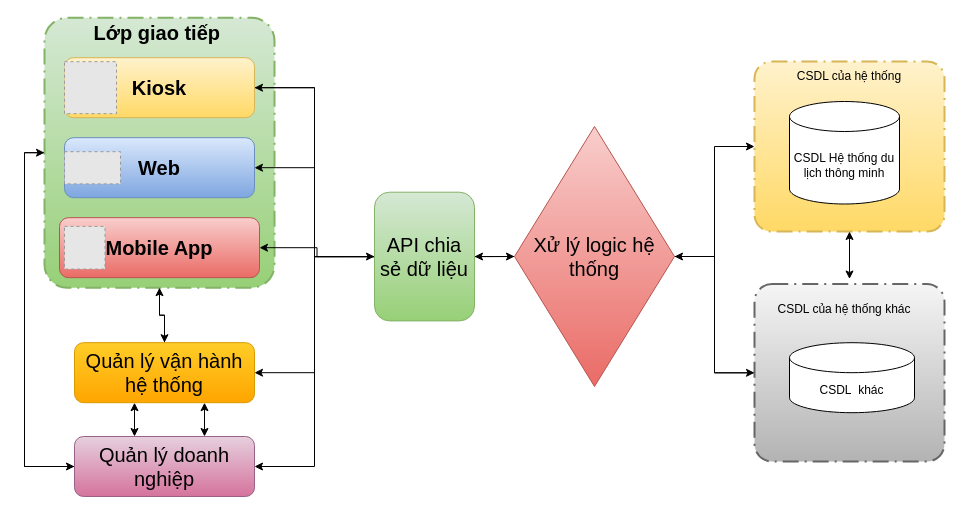
Earlier version of the draw.io diagram page "Page-8" (8 of 8) of so-do-draw/tcdl.drawio (letheanh12345/Draw-io). Source tidied: cells renumbered, new cells numbered last; positions are measured from the earlier drawing's top-left corner, leaving out a move shared by most shapes. Both pictures are drawn from the tidied source at 100%, with x=0, y=0 at pixel (24, 17). Pictures stored in the file or linked from it are replaced by grey dashed boxes.
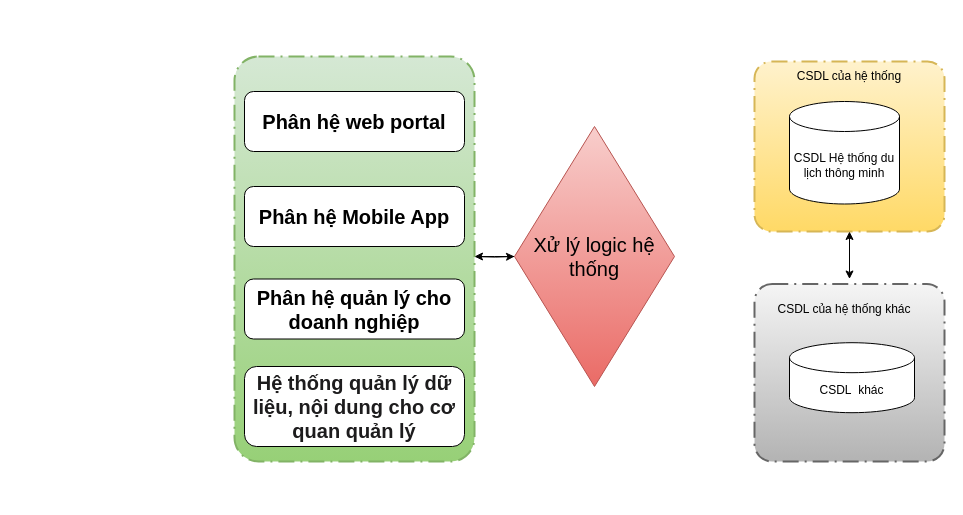
The same diagram, later.

The change refers to these unchanged cells:
```xml
<mxCell id="23" value="Xử lý logic hệ thống" style="rhombus;whiteSpace=wrap;html=1;fontSize=20;fillColor=#f8cecc;gradientColor=#ea6b66;strokeColor=#b85450;" parent="1" vertex="1">
  <mxGeometry x="490" y="109" width="160" height="260" as="geometry" />
</mxCell>
<mxCell id="24" style="points=[[0.25,0,0],[0.5,0,0],[0.75,0,0],[1,0.25,0],[1,0.5,0],[1,0.75,0],[0.75,1,0],[0.5,1,0],[0.25,1,0],[0,0.75,0],[0,0.5,0],[0,0.25,0]];rounded=1;arcSize=10;dashed=1;dashPattern=8 3 1 3;strokeWidth=2;fontStyle=1;fontSize=20;fillColor=#fff2cc;gradientColor=#ffd966;strokeColor=#d6b656;" parent="1" vertex="1">
  <mxGeometry x="730" y="44" width="190" height="170" as="geometry" />
</mxCell>
<mxCell id="28" style="points=[[0.25,0,0],[0.5,0,0],[0.75,0,0],[1,0.25,0],[1,0.5,0],[1,0.75,0],[0.75,1,0],[0.5,1,0],[0.25,1,0],[0,0.75,0],[0,0.5,0],[0,0.25,0]];rounded=1;arcSize=10;dashed=1;dashPattern=8 3 1 3;strokeWidth=2;fontStyle=1;fontSize=20;fillColor=#f5f5f5;gradientColor=#b3b3b3;strokeColor=#666666;" parent="1" vertex="1">
  <mxGeometry x="730" y="266.5" width="190" height="177.5" as="geometry" />
</mxCell>
```

The edit, as a diff of the source:
```diff
@@
-    <mxCell id="2" style="edgeStyle=orthogonalEdgeStyle;rounded=0;jettySize=auto;html=1;entryX=0.5;entryY=0;entryDx=0;entryDy=0;fontSize=20;" parent="1" edge="1" source="4" target="33">
-      <mxGeometry relative="1" as="geometry" />
-    </mxCell>
-    <mxCell id="3" style="edgeStyle=orthogonalEdgeStyle;rounded=0;jettySize=auto;html=1;entryX=0;entryY=0.5;entryDx=0;entryDy=0;fontSize=20;" parent="1" edge="1" source="4" target="35">
-      <mxGeometry relative="1" as="geometry">
-        <Array as="points">
-          <mxPoint y="135" />
-          <mxPoint y="449" />
-        </Array>
-      </mxGeometry>
-    </mxCell>
-    <mxCell id="4" style="points=[[0.25,0,0],[0.5,0,0],[0.75,0,0],[1,0.25,0],[1,0.5,0],[1,0.75,0],[0.75,1,0],[0.5,1,0],[0.25,1,0],[0,0.75,0],[0,0.5,0],[0,0.25,0]];rounded=1;arcSize=10;dashed=1;dashPattern=8 3 1 3;strokeWidth=2;fontStyle=1;fontSize=20;fillColor=#d5e8d4;gradientColor=#97d077;strokeColor=#82b366;" parent="1" vertex="1">
-      <mxGeometry x="20" y="0.2" width="230" height="270" as="geometry" />
-    </mxCell>
-    <mxCell id="5" style="edgeStyle=orthogonalEdgeStyle;rounded=0;jettySize=auto;html=1;entryX=0;entryY=0.5;entryDx=0;entryDy=0;fontSize=20;" parent="1" edge="1" source="6" target="19">
-      <mxGeometry relative="1" as="geometry" />
-    </mxCell>
-    <mxCell id="6" value="&lt;span style=&quot;font-size: 20px; font-weight: 700;&quot;&gt;Kiosk&lt;/span&gt;" style="rounded=1;whiteSpace=wrap;html=1;fillColor=#fff2cc;gradientColor=#ffd966;strokeColor=#d6b656;" parent="1" vertex="1">
-      <mxGeometry x="40" y="40.2" width="190" height="60" as="geometry" />
-    </mxCell>
-    <mxCell id="7" value="&lt;span style=&quot;font-size: 20px;&quot;&gt;&lt;b&gt;Web&lt;/b&gt;&lt;/span&gt;" style="rounded=1;whiteSpace=wrap;html=1;fillColor=#dae8fc;gradientColor=#7ea6e0;strokeColor=#6c8ebf;" parent="1" vertex="1">
-      <mxGeometry x="40" y="120.2" width="190" height="60" as="geometry" />
-    </mxCell>
-    <mxCell id="8" value="&lt;span style=&quot;font-size: 20px;&quot;&gt;&lt;b&gt;Mobile App&lt;/b&gt;&lt;/span&gt;" style="rounded=1;whiteSpace=wrap;html=1;fillColor=#f8cecc;gradientColor=#ea6b66;strokeColor=#b85450;" parent="1" vertex="1">
-      <mxGeometry x="35" y="200.2" width="200" height="60" as="geometry" />
-    </mxCell>
-    <mxCell id="9" value="&lt;b&gt;&lt;font style=&quot;font-size: 20px;&quot;&gt;&amp;nbsp;Lớp giao tiếp&lt;/font&gt;&lt;/b&gt;" style="text;html=1;strokeColor=none;fillColor=none;align=center;verticalAlign=middle;whiteSpace=wrap;rounded=0;" parent="1" vertex="1">
-      <mxGeometry x="40" y="0.2" width="180" height="30" as="geometry" />
-    </mxCell>
-    <mxCell id="10" style="fillColor=#E6E6E6;strokeColor=#999999;dashed=1;verticalLabelPosition=bottom;labelBackgroundColor=default;verticalAlign=top;" parent="1" vertex="1">
-      <mxGeometry x="40" y="44.2" width="52" height="52" as="geometry" />
-    </mxCell>
-    <mxCell id="11" style="fillColor=#E6E6E6;strokeColor=#999999;dashed=1;verticalLabelPosition=bottom;labelBackgroundColor=default;verticalAlign=top;" parent="1" vertex="1">
-      <mxGeometry x="40" y="134.2" width="56" height="32.2" as="geometry" />
-    </mxCell>
-    <mxCell id="12" style="fillColor=#E6E6E6;strokeColor=#999999;dashed=1;verticalLabelPosition=bottom;labelBackgroundColor=default;verticalAlign=top;" parent="1" vertex="1">
-      <mxGeometry x="40" y="208.9" width="40.5" height="42.7" as="geometry" />
-    </mxCell>
-    <mxCell id="13" style="edgeStyle=orthogonalEdgeStyle;rounded=0;jettySize=auto;html=1;entryX=0;entryY=0.5;entryDx=0;entryDy=0;fontSize=20;" parent="1" edge="1" source="19" target="23">
-      <mxGeometry relative="1" as="geometry" />
+    <mxCell id="13" style="edgeStyle=orthogonalEdgeStyle;rounded=0;jettySize=auto;html=1;entryX=0;entryY=0.5;entryDx=0;entryDy=0;fontSize=20;" parent="1" edge="1" target="23">
+      <mxGeometry relative="1" as="geometry">
+        <mxPoint x="450" y="239.1" as="sourcePoint" />
+      </mxGeometry>
     </mxCell>
-    <mxCell id="14" style="edgeStyle=orthogonalEdgeStyle;rounded=0;jettySize=auto;html=1;entryX=1;entryY=0.5;entryDx=0;entryDy=0;fontSize=20;" parent="1" edge="1" source="19" target="6">
-      <mxGeometry relative="1" as="geometry" />
-    </mxCell>
-    <mxCell id="15" style="edgeStyle=orthogonalEdgeStyle;rounded=0;jettySize=auto;html=1;entryX=1;entryY=0.5;entryDx=0;entryDy=0;fontSize=20;" parent="1" edge="1" source="19" target="7">
-      <mxGeometry relative="1" as="geometry" />
-    </mxCell>
-    <mxCell id="16" style="edgeStyle=orthogonalEdgeStyle;rounded=0;jettySize=auto;html=1;entryX=1;entryY=0.5;entryDx=0;entryDy=0;fontSize=20;" parent="1" edge="1" source="19" target="8">
-      <mxGeometry relative="1" as="geometry" />
-    </mxCell>
-    <mxCell id="17" style="edgeStyle=orthogonalEdgeStyle;rounded=0;jettySize=auto;html=1;entryX=1;entryY=0.5;entryDx=0;entryDy=0;fontSize=20;" parent="1" edge="1" source="19" target="33">
-      <mxGeometry relative="1" as="geometry">
-        <Array as="points">
-          <mxPoint x="290" y="239" />
-          <mxPoint x="290" y="355" />
-        </Array>
-      </mxGeometry>
-    </mxCell>
-    <mxCell id="18" style="edgeStyle=orthogonalEdgeStyle;rounded=0;jettySize=auto;html=1;entryX=1;entryY=0.5;entryDx=0;entryDy=0;fontSize=20;" parent="1" edge="1" source="19" target="35">
-      <mxGeometry relative="1" as="geometry">
-        <Array as="points">
-          <mxPoint x="290" y="239" />
-          <mxPoint x="290" y="449" />
-        </Array>
-      </mxGeometry>
-    </mxCell>
-    <mxCell id="19" value="API chia sẻ dữ liệu" style="rounded=1;whiteSpace=wrap;html=1;fontSize=20;fillColor=#d5e8d4;gradientColor=#97d077;strokeColor=#82b366;" parent="1" vertex="1">
-      <mxGeometry x="350" y="174.7" width="100" height="128.7" as="geometry" />
-    </mxCell>
-    <mxCell id="20" style="edgeStyle=orthogonalEdgeStyle;rounded=0;jettySize=auto;html=1;entryX=0;entryY=0.5;entryDx=0;entryDy=0;entryPerimeter=0;fontSize=20;" parent="1" edge="1" source="23" target="24">
-      <mxGeometry relative="1" as="geometry" />
-    </mxCell>
-    <mxCell id="21" style="edgeStyle=orthogonalEdgeStyle;rounded=0;jettySize=auto;html=1;fontSize=20;" parent="1" edge="1" source="23" target="28">
-      <mxGeometry relative="1" as="geometry" />
-    </mxCell>
-    <mxCell id="22" style="edgeStyle=orthogonalEdgeStyle;rounded=0;jettySize=auto;html=1;entryX=1;entryY=0.5;entryDx=0;entryDy=0;fontSize=20;" parent="1" edge="1" source="23" target="19">
-      <mxGeometry relative="1" as="geometry" />
+    <mxCell id="22" style="edgeStyle=orthogonalEdgeStyle;rounded=0;jettySize=auto;html=1;entryX=1;entryY=0.5;entryDx=0;entryDy=0;fontSize=20;" parent="1" edge="1" source="23">
+      <mxGeometry relative="1" as="geometry">
+        <mxPoint x="450" y="239" as="targetPoint" />
+      </mxGeometry>
     </mxCell>
@@
-    <mxCell id="27" style="edgeStyle=orthogonalEdgeStyle;rounded=0;jettySize=auto;html=1;fontSize=20;" parent="1" edge="1" source="28" target="23">
-      <mxGeometry relative="1" as="geometry" />
-    </mxCell>
@@
-    <mxCell id="32" style="edgeStyle=orthogonalEdgeStyle;rounded=0;jettySize=auto;html=1;entryX=0.5;entryY=1;entryDx=0;entryDy=0;entryPerimeter=0;fontSize=20;" parent="1" edge="1" source="33" target="4">
-      <mxGeometry relative="1" as="geometry" />
-    </mxCell>
-    <mxCell id="33" value="Quản lý vận hành hệ thống" style="rounded=1;whiteSpace=wrap;html=1;fontSize=20;fillColor=#ffcd28;gradientColor=#ffa500;strokeColor=#d79b00;" parent="1" vertex="1">
-      <mxGeometry x="50" y="325.2" width="180" height="60" as="geometry" />
-    </mxCell>
-    <mxCell id="34" style="edgeStyle=orthogonalEdgeStyle;rounded=0;jettySize=auto;html=1;entryX=0;entryY=0.5;entryDx=0;entryDy=0;entryPerimeter=0;fontSize=20;" parent="1" edge="1" source="35" target="4">
-      <mxGeometry relative="1" as="geometry">
-        <Array as="points">
-          <mxPoint y="449" />
-          <mxPoint y="135" />
-        </Array>
-      </mxGeometry>
-    </mxCell>
-    <mxCell id="35" value="Quản lý doanh nghiệp" style="rounded=1;whiteSpace=wrap;html=1;fontSize=20;fillColor=#e6d0de;strokeColor=#996185;gradientColor=#d5739d;" parent="1" vertex="1">
-      <mxGeometry x="50" y="419" width="180" height="60" as="geometry" />
-    </mxCell>
-    <mxCell id="36" style="endArrow=classic;startArrow=classic;html=1;rounded=0;fontSize=20;entryX=0.5;entryY=1;entryDx=0;entryDy=0;" parent="1" edge="1">
-      <mxGeometry relative="1" as="geometry">
-        <mxPoint x="110" y="419" as="sourcePoint" />
-        <mxPoint x="110" y="385.2" as="targetPoint" />
-      </mxGeometry>
-    </mxCell>
-    <mxCell id="37" style="endArrow=classic;startArrow=classic;html=1;rounded=0;fontSize=20;entryX=0.5;entryY=1;entryDx=0;entryDy=0;" parent="1" edge="1">
-      <mxGeometry relative="1" as="geometry">
-        <mxPoint x="180" y="419" as="sourcePoint" />
-        <mxPoint x="180" y="385.2" as="targetPoint" />
-      </mxGeometry>
-    </mxCell>
+    <mxCell id="38" style="rounded=1;arcSize=10;dashed=1;dashPattern=8 3 1 3;strokeWidth=2;fontStyle=1;fontSize=20;fillColor=#d5e8d4;strokeColor=#82b366;gradientColor=#97d077;" parent="1" vertex="1">
+      <mxGeometry x="210" y="39" width="240" height="405" as="geometry" />
+    </mxCell>
+    <mxCell id="39" value="&lt;b&gt;&lt;font style=&quot;font-size: 20px;&quot;&gt;Phân hệ web portal&lt;/font&gt;&lt;/b&gt;" style="rounded=1;whiteSpace=wrap;html=1;" parent="1" vertex="1">
+      <mxGeometry x="220" y="74" width="220" height="60" as="geometry" />
+    </mxCell>
+    <mxCell id="40" value="&lt;b&gt;&lt;font style=&quot;font-size: 20px;&quot;&gt;Phân hệ Mobile App&lt;/font&gt;&lt;/b&gt;" style="rounded=1;whiteSpace=wrap;html=1;" parent="1" vertex="1">
+      <mxGeometry x="220" y="169" width="220" height="60" as="geometry" />
+    </mxCell>
+    <mxCell id="41" value="&lt;b&gt;&lt;font style=&quot;font-size: 20px;&quot;&gt;Phân hệ quản lý cho doanh nghiệp&lt;/font&gt;&lt;/b&gt;" style="rounded=1;whiteSpace=wrap;html=1;" parent="1" vertex="1">
+      <mxGeometry x="220" y="261.5" width="220" height="60" as="geometry" />
+    </mxCell>
+    <mxCell id="42" value="&lt;span style=&quot;color: rgb(29, 28, 29); font-family: Slack-Lato, Slack-Fractions, appleLogo, sans-serif; font-variant-ligatures: common-ligatures; text-align: left; background-color: rgb(255, 255, 255);&quot;&gt;&lt;b style=&quot;&quot;&gt;&lt;font style=&quot;font-size: 20px;&quot;&gt;Hệ thống quản lý dữ liệu, nội dung cho cơ quan quản lý&lt;/font&gt;&lt;/b&gt;&lt;/span&gt;" style="rounded=1;whiteSpace=wrap;html=1;" parent="1" vertex="1">
+      <mxGeometry x="220" y="349" width="220" height="80" as="geometry" />
+    </mxCell>
```
